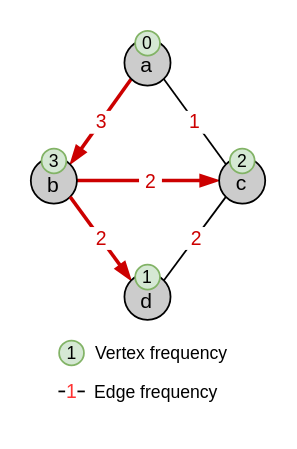
The draw.io diagram img/Fig_MST.drawio in tahiri-lab/PrismTree, before the edit. Source tidied: cells renumbered, new cells numbered last; positions are measured from the earlier drawing's top-left corner, leaving out a move shared by most shapes. Both pictures are drawn from the tidied source at 176%, with x=0, y=0 at pixel (30, 30).
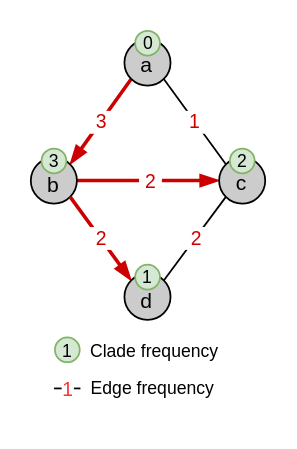
After the change.

Commit message:
Mettre à jour Fig_MST.drawio

Diff of the diagram source:
```diff
@@
-    <mxCell id="18" value="0" style="ellipse;whiteSpace=wrap;html=1;fillColor=#d5e8d4;strokeColor=#82b366;fontSize=10;spacingLeft=1;spacingBottom=0;" parent="1" vertex="1">
+    <mxCell id="18" value="0" style="ellipse;whiteSpace=wrap;html=1;fillColor=#d5e8d4;strokeColor=#82b366;fontSize=10;spacingLeft=2;spacingBottom=0;" parent="1" vertex="1">
       <mxGeometry x="59.3" width="14.1" height="14.1" as="geometry" />
     </mxCell>
@@
     <mxCell id="20" style="rounded=0;orthogonalLoop=1;jettySize=auto;html=1;endArrow=none;endFill=0;elbow=vertical;curved=1;" parent="1" edge="1">
       <mxGeometry relative="1" as="geometry">
-        <mxPoint x="30.7" y="204.9" as="sourcePoint" />
-        <mxPoint x="15.7" y="204.9" as="targetPoint" />
+        <mxPoint x="28.2" y="203.2" as="sourcePoint" />
+        <mxPoint x="13.2" y="203.2" as="targetPoint" />
       </mxGeometry>
     </mxCell>
@@
     <mxCell id="22" value="Edge frequency" style="text;html=1;align=center;verticalAlign=middle;strokeColor=none;fillColor=none;fontSize=10;" parent="1" vertex="1">
-      <mxGeometry x="26" y="190" width="90" height="30" as="geometry" />
+      <mxGeometry x="23.5" y="188.2" width="90" height="30" as="geometry" />
     </mxCell>
-    <mxCell id="23" value="Vertex frequency" style="text;html=1;align=center;verticalAlign=middle;strokeColor=none;fillColor=none;fontSize=10;" parent="1" vertex="1">
-      <mxGeometry x="23.6" y="168" width="100" height="30" as="geometry" />
+    <mxCell id="23" value="Clade frequency" style="text;html=1;align=center;verticalAlign=middle;strokeColor=none;fillColor=none;fontSize=10;" parent="1" vertex="1">
+      <mxGeometry x="19.5" y="167.2" width="100" height="30" as="geometry" />
     </mxCell>
-    <mxCell id="24" value="1" style="ellipse;whiteSpace=wrap;html=1;fillColor=#d5e8d4;strokeColor=#82b366;fontSize=10;spacingLeft=1;" parent="1" vertex="1">
-      <mxGeometry x="16.1" y="176" width="14.1" height="14.1" as="geometry" />
+    <mxCell id="24" value="1" style="ellipse;whiteSpace=wrap;html=1;fillColor=#d5e8d4;strokeColor=#82b366;fontSize=10;spacingLeft=0;spacingBottom=-1;" parent="1" vertex="1">
+      <mxGeometry x="13.7" y="174.2" width="14.1" height="14.1" as="geometry" />
     </mxCell>
```
